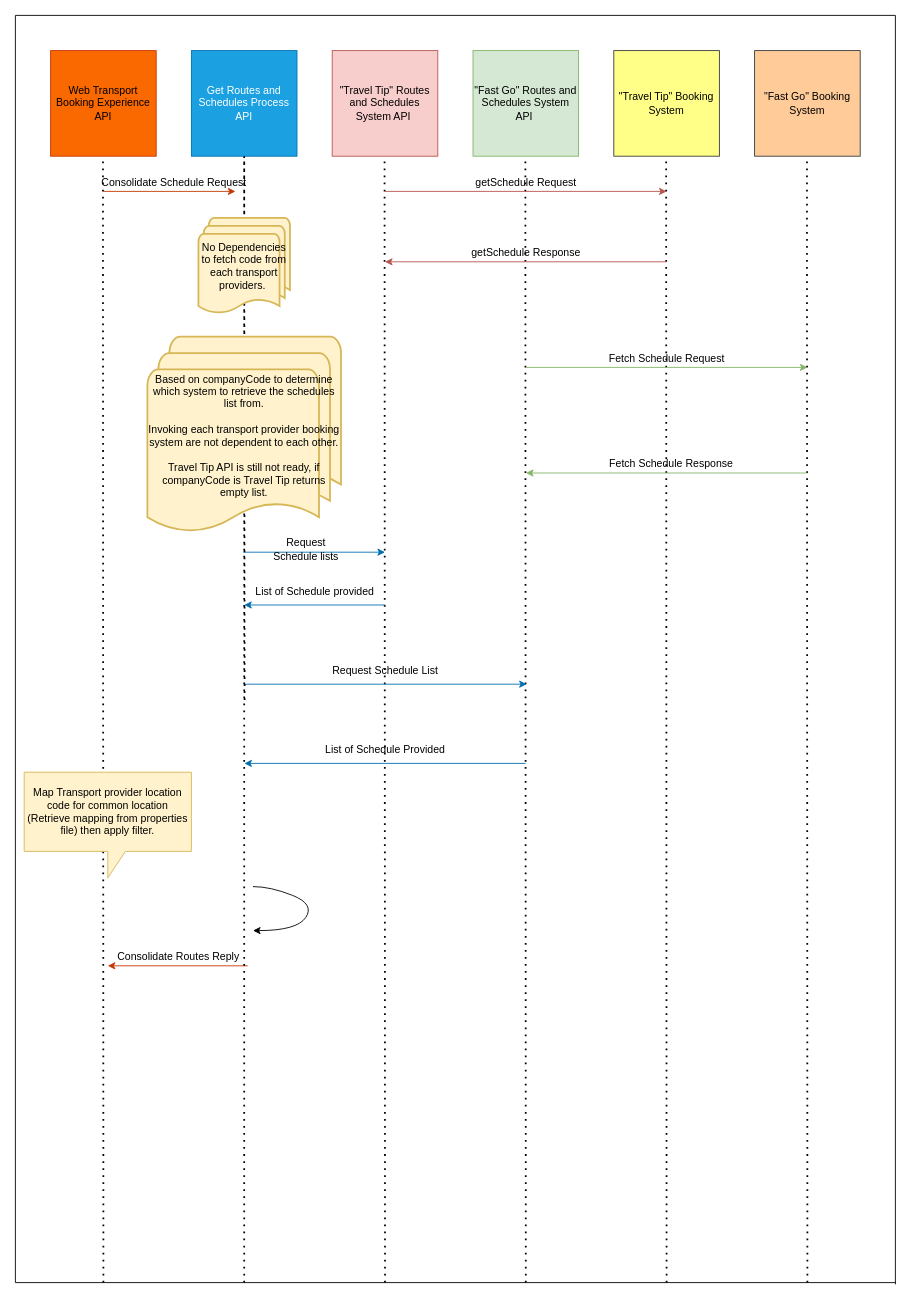
Above: Web App Sequence Diagram scedules.drawio in busugu2018/TripEasy (draw.io), before the change. Source tidied: cells renumbered, new cells numbered last; positions are measured from the earlier drawing's top-left corner, leaving out a move shared by most shapes. Both pictures are drawn from the tidied source at 88%, with x=0, y=0 at pixel (15, 15).
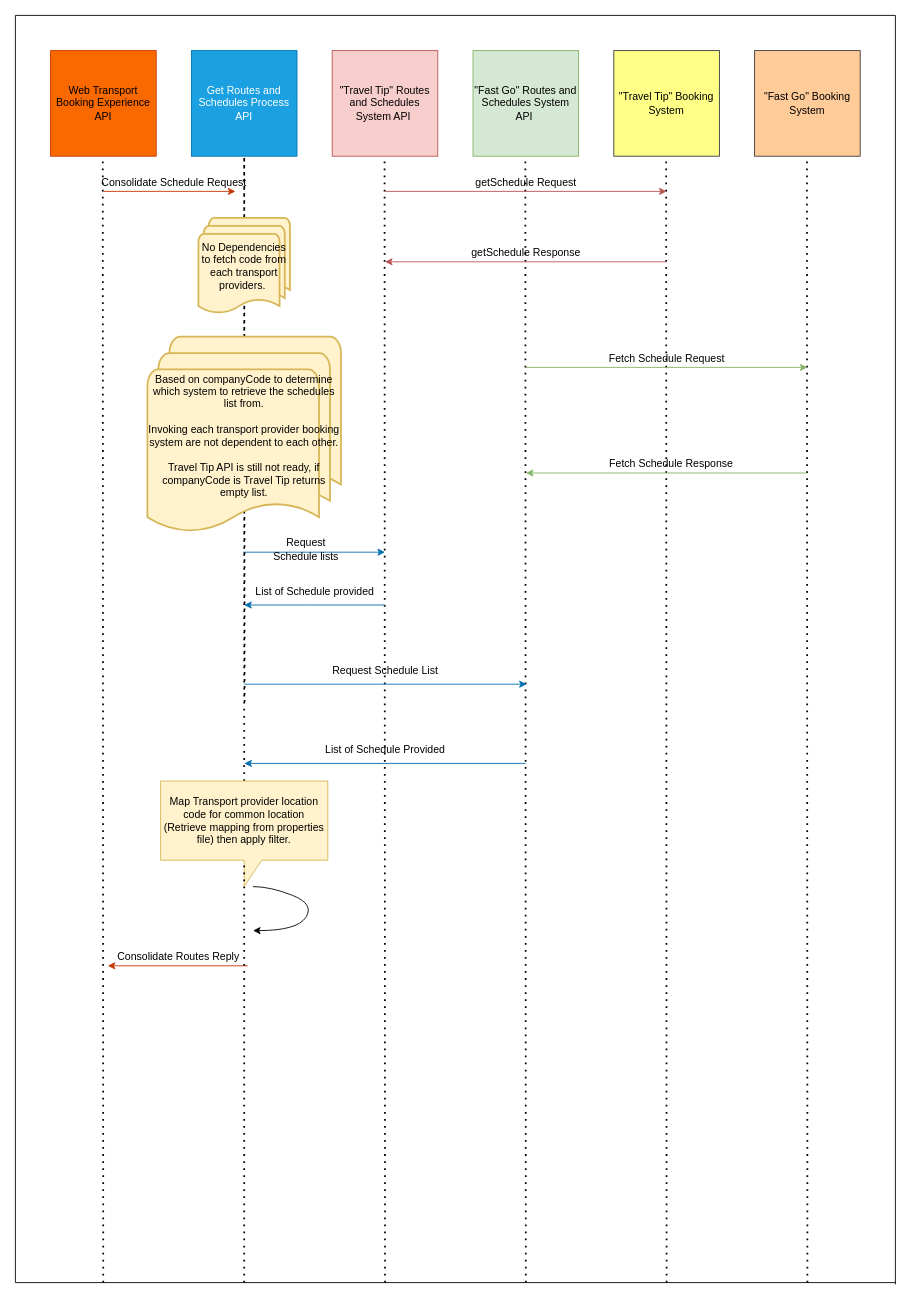
The same page after the edit.

Change to the diagram source:
```diff
@@
     <mxCell id="12" style="endArrow=none;dashed=1;html=1;dashPattern=1 3;strokeWidth=2;rounded=0;" parent="1" edge="1">
       <mxGeometry relative="1" as="geometry">
-        <mxPoint x="100" y="1440" as="sourcePoint" />
-        <mxPoint x="99.5" y="160" as="targetPoint" />
+        <mxPoint x="99.8" y="1440" as="sourcePoint" />
+        <mxPoint x="99.3" y="160" as="targetPoint" />
         <Array as="points">
-          <mxPoint x="99.5" y="200" />
+          <mxPoint x="99.3" y="200" />
         </Array>
       </mxGeometry>
     </mxCell>
@@
-    <mxCell id="37" value="Map Transport provider location code for common location (Retrieve mapping from properties file) then apply filter." style="shape=callout;whiteSpace=wrap;html=1;perimeter=calloutPerimeter;align=center;fillColor=#fff2cc;strokeColor=#d6b656;" parent="1" vertex="1">
-      <mxGeometry x="10" y="860" width="190" height="120" as="geometry" />
-    </mxCell>
@@
-    <mxCell id="40" style="endArrow=none;dashed=1;html=1;dashPattern=1 3;strokeWidth=2;rounded=0;" parent="1" edge="1">
+    <mxCell id="40" style="endArrow=none;dashed=1;html=1;dashPattern=1 3;strokeWidth=2;rounded=0;startArrow=none;" parent="1" edge="1" source="37">
       <mxGeometry relative="1" as="geometry">
-        <mxPoint x="260" y="1440" as="sourcePoint" />
         <mxPoint x="260.5" y="780" as="targetPoint" />
         <Array as="points">
           <mxPoint x="260" y="160" />
         </Array>
       </mxGeometry>
     </mxCell>
@@
+    <mxCell id="37" value="Map Transport provider location code for common location (Retrieve mapping from properties file) then apply filter." style="shape=callout;whiteSpace=wrap;html=1;perimeter=calloutPerimeter;align=center;fillColor=#fff2cc;strokeColor=#d6b656;" parent="1" vertex="1">
+      <mxGeometry x="165" y="870" width="190" height="120" as="geometry" />
+    </mxCell>
+    <mxCell id="43" style="endArrow=none;dashed=1;html=1;dashPattern=1 3;strokeWidth=2;rounded=0;" parent="1" edge="1" target="37">
+      <mxGeometry relative="1" as="geometry">
+        <mxPoint x="260" y="1440" as="sourcePoint" />
+      </mxGeometry>
+    </mxCell>
```
